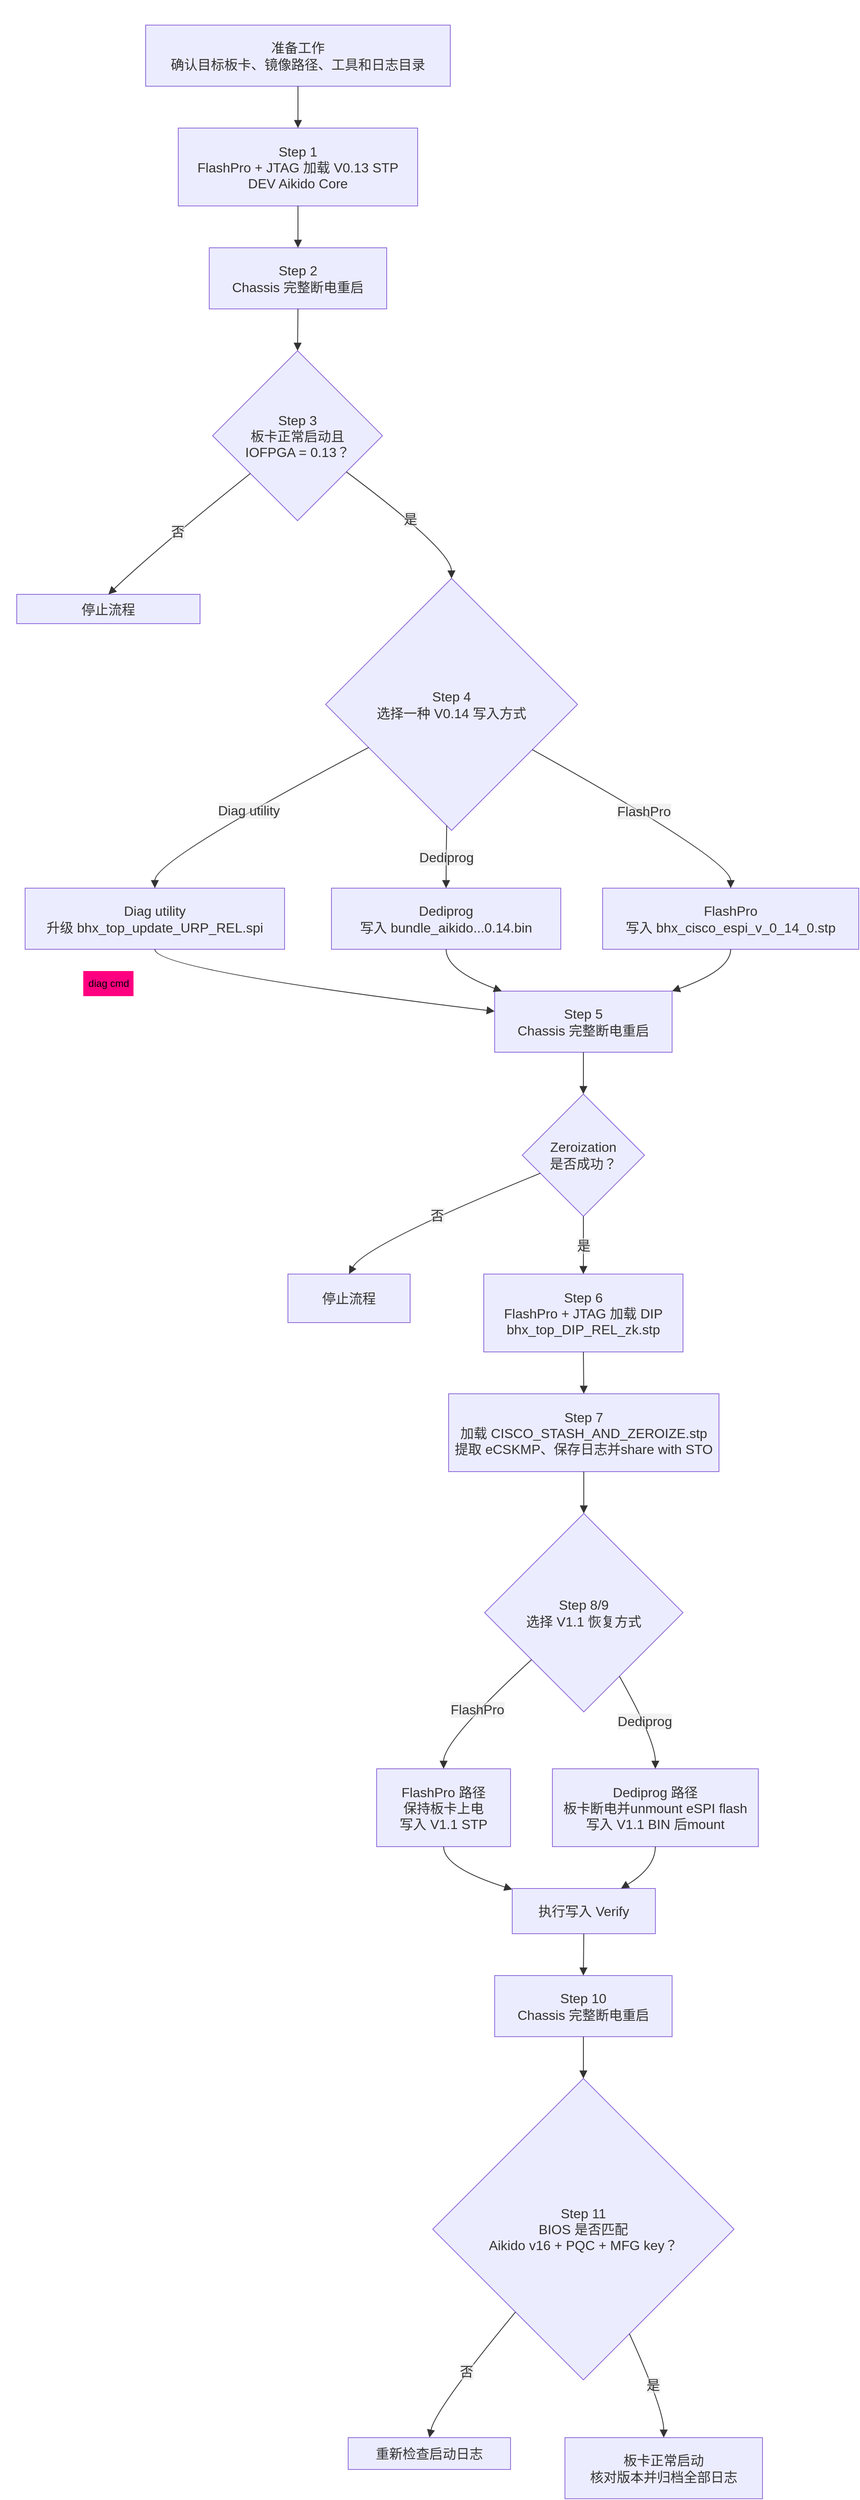
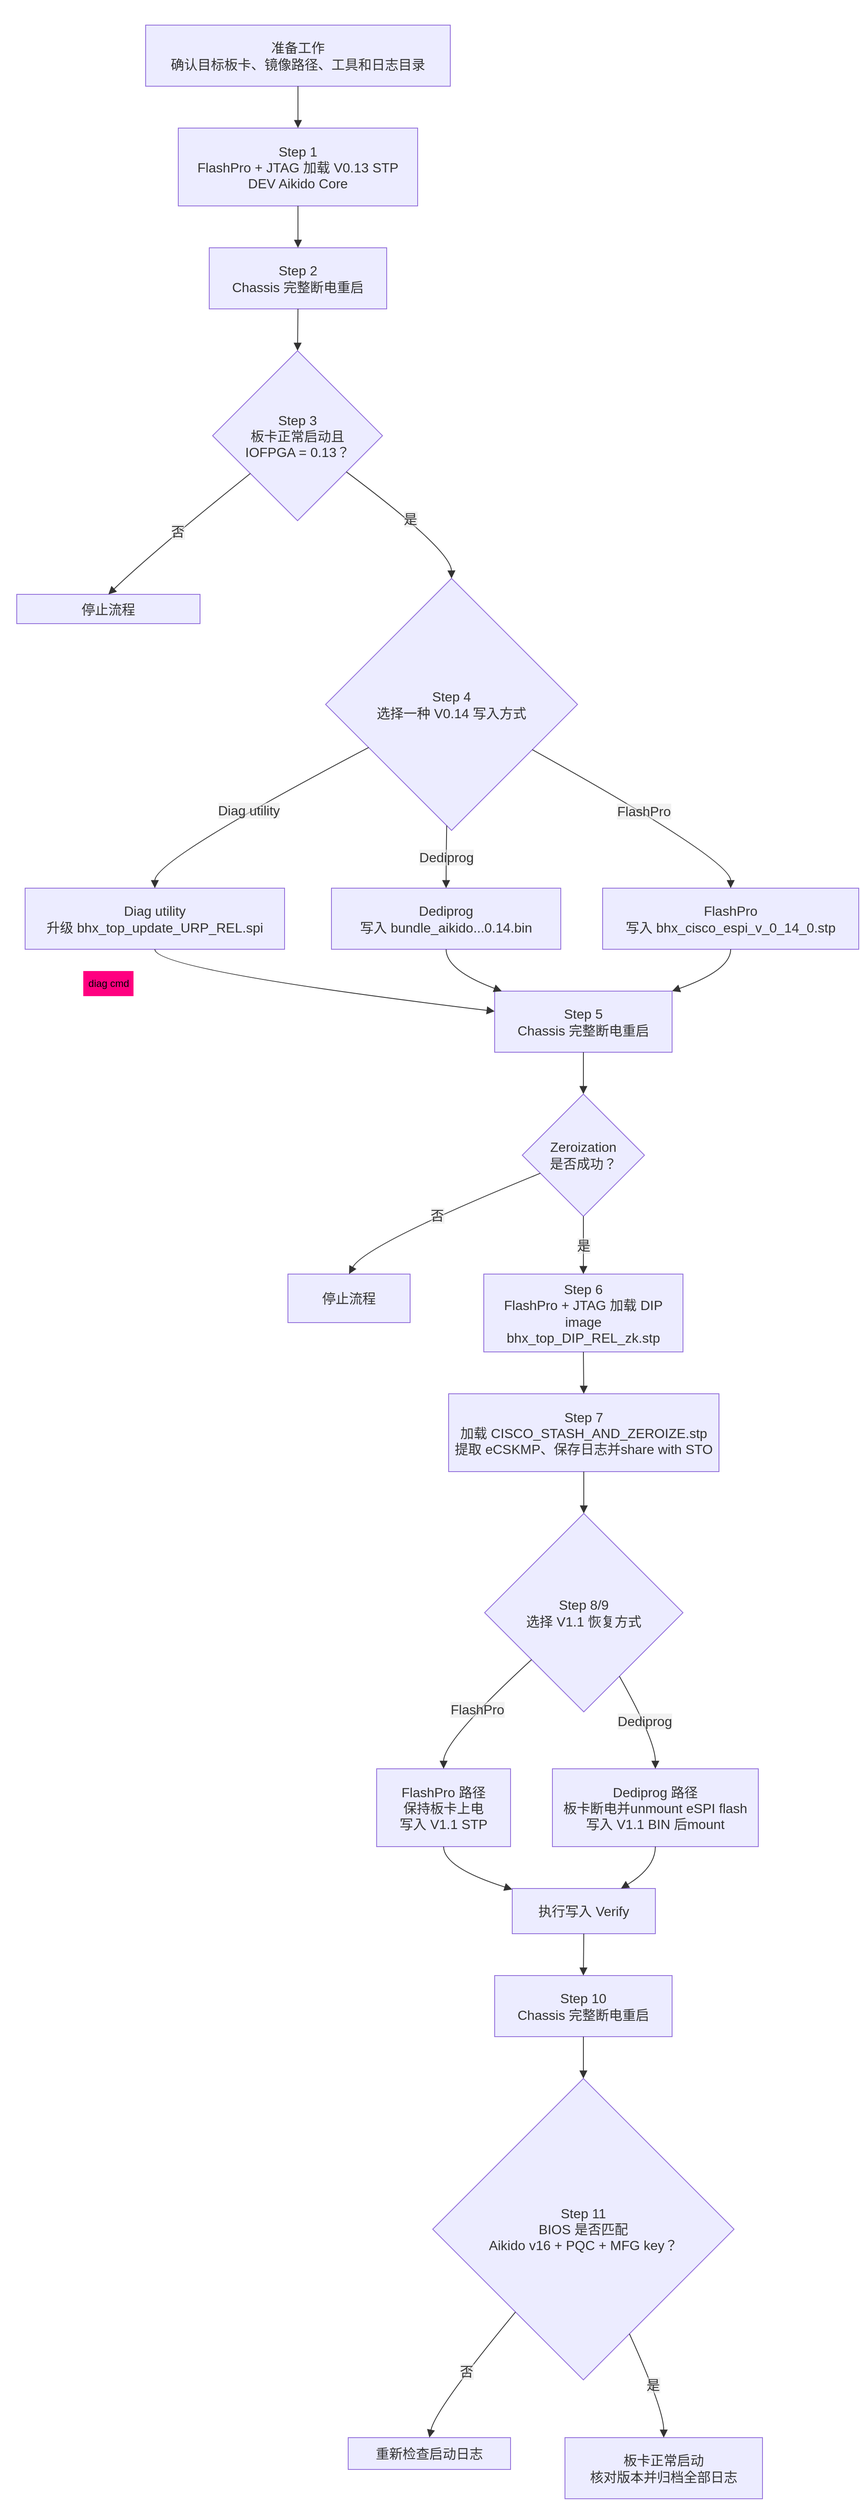
<mxfile>
  <diagram name="第 1 页" id="tmTsu18Bh-iBdeYsC_u4">
    <mxGraphModel dx="1766" dy="763" grid="0" gridSize="10" guides="1" tooltips="1" connect="1" arrows="1" fold="1" page="1" pageScale="1" pageWidth="850" pageHeight="1100" math="0" shadow="0">
      <root>
        <mxCell id="0" />
        <mxCell id="1" parent="0" />
        <UserObject label="" mermaidData="{&#xa;  &quot;data&quot;: &quot;flowchart TD\n    A[\&quot;准备工作&lt;br/&gt;确认目标板卡、镜像路径、工具和日志目录\&quot;]\n    B[\&quot;Step 1&lt;br/&gt;FlashPro + JTAG 加载 V0.13 STP&lt;br/&gt;DEV Aikido Core\&quot;]\n    C[\&quot;Step 2&lt;br/&gt;Chassis 完整断电重启\&quot;]\n    D{\&quot;Step 3&lt;br/&gt;板卡正常启动且&lt;br/&gt;IOFPGA = 0.13？\&quot;}\n    X[\&quot;停止流程&lt;br/&gt;检查 JTAG、镜像、供电和启动日志\&quot;]\n\n    E{\&quot;Step 4&lt;br/&gt;选择一种 V0.14 写入方式\&quot;}\n    E1[\&quot;Diag utility&lt;br/&gt;升级 bhx_top_update_URP_REL.spi\&quot;]\n    E2[\&quot;Dediprog&lt;br/&gt;写入 bundle_aikido...0.14.bin\&quot;]\n    E3[\&quot;FlashPro&lt;br/&gt;写入 bhx_cisco_espi_v_0_14_0.stp\&quot;]\n\n    F[\&quot;Step 5&lt;br/&gt;Chassis 完整断电重启\&quot;]\n    G{\&quot;Zeroization&lt;br/&gt;是否成功？\&quot;}\n    Y[\&quot;停止流程&lt;br/&gt;保存日志并排查&lt;br/&gt;不要继续加载 DIP\&quot;]\n\n    H[\&quot;Step 6&lt;br/&gt;FlashPro + JTAG 加载 DIP&lt;br/&gt;bhx_top_DIP_REL_zk.stp\&quot;]\n    I[\&quot;Step 7&lt;br/&gt;加载 CISCO_STASH_AND_ZEROIZE.stp&lt;br/&gt;提取 eCSKMP、保存日志并交付 STO\&quot;]\n\n    J{\&quot;Step 8/9&lt;br/&gt;选择 V1.1 恢复方式\&quot;}\n    J1[\&quot;FlashPro 路径&lt;br/&gt;保持板卡上电&lt;br/&gt;写入 V1.1 STP\&quot;]\n    J2[\&quot;Dediprog 路径&lt;br/&gt;板卡断电并处理 eSPI flash&lt;br/&gt;写入 V1.1 BIN 后重新安装\&quot;]\n\n    K[\&quot;执行写入 Verify\&quot;]\n    L[\&quot;Step 10&lt;br/&gt;Chassis 完整断电重启\&quot;]\n    M{\&quot;Step 11&lt;br/&gt;BIOS 是否匹配&lt;br/&gt;Aikido v16 + PQC + MFG key？\&quot;}\n    Z[\&quot;更新或更换兼容 BIOS&lt;br/&gt;重新检查启动日志\&quot;]\n    N[\&quot;板卡正常启动&lt;br/&gt;核对版本并归档全部日志\&quot;]\n\n    A --&gt; B --&gt; C --&gt; D\n    D -- \&quot;否\&quot; --&gt; X\n    D -- \&quot;是\&quot; --&gt; E\n\n    E -- \&quot;Diag utility\&quot; --&gt; E1\n    E -- \&quot;Dediprog\&quot; --&gt; E2\n    E -- \&quot;FlashPro\&quot; --&gt; E3\n\n    E1 --&gt; F\n    E2 --&gt; F\n    E3 --&gt; F\n\n    F --&gt; G\n    G -- \&quot;否\&quot; --&gt; Y\n    G -- \&quot;是\&quot; --&gt; H\n    H --&gt; I --&gt; J\n\n    J -- \&quot;FlashPro\&quot; --&gt; J1\n    J -- \&quot;Dediprog\&quot; --&gt; J2\n    J1 --&gt; K\n    J2 --&gt; K\n\n    K --&gt; L --&gt; M\n    M -- \&quot;否\&quot; --&gt; Z\n    M -- \&quot;是\&quot; --&gt; N&quot;,&#xa;  &quot;config&quot;: null&#xa;}" id="AJNh5RUNK792FcJRrvuj-1">
          <mxCell connectable="0" parent="1" style="group;transparentBounds=1;editIcon=1;lockedGroup=0;groupPadding=10;" vertex="1">
            <mxGeometry height="2960" width="620" as="geometry" />
          </mxCell>
        </UserObject>
        <UserObject label="准备工作&#xa;确认目标板卡、镜像路径、工具和日志目录" mermaidId="n:A" mermaidBaseStyle="html=1;whiteSpace=wrap;strokeWidth=1;fillColor=light-dark(#ECECFF,#1f2020);strokeColor=light-dark(#9370DB,#cccccc);fontColor=light-dark(#333333,#cccccc);fontFamily=Trebuchet MS,Verdana,Arial,sans-serif;fontSize=16;" mermaidBaseValue="准备工作&#xa;确认目标板卡、镜像路径、工具和日志目录" id="AJNh5RUNK792FcJRrvuj-2">
          <mxCell parent="AJNh5RUNK792FcJRrvuj-1" style="html=1;whiteSpace=wrap;strokeWidth=1;fillColor=light-dark(#ECECFF,#1f2020);strokeColor=light-dark(#9370DB,#cccccc);fontColor=light-dark(#333333,#cccccc);fontFamily=Trebuchet MS,Verdana,Arial,sans-serif;fontSize=16;" vertex="1">
            <mxGeometry height="73" width="364" x="174" y="30" as="geometry" />
          </mxCell>
        </UserObject>
        <UserObject label="Step 1&#xa;FlashPro + JTAG 加载 V0.13 STP&#xa;DEV Aikido Core" mermaidId="n:B" mermaidBaseStyle="html=1;whiteSpace=wrap;strokeWidth=1;fillColor=light-dark(#ECECFF,#1f2020);strokeColor=light-dark(#9370DB,#cccccc);fontColor=light-dark(#333333,#cccccc);fontFamily=Trebuchet MS,Verdana,Arial,sans-serif;fontSize=16;" mermaidBaseValue="Step 1&#xa;FlashPro + JTAG 加载 V0.13 STP&#xa;DEV Aikido Core" id="AJNh5RUNK792FcJRrvuj-3">
          <mxCell parent="AJNh5RUNK792FcJRrvuj-1" style="html=1;whiteSpace=wrap;strokeWidth=1;fillColor=light-dark(#ECECFF,#1f2020);strokeColor=light-dark(#9370DB,#cccccc);fontColor=light-dark(#333333,#cccccc);fontFamily=Trebuchet MS,Verdana,Arial,sans-serif;fontSize=16;" vertex="1">
            <mxGeometry height="93" width="286" x="213" y="153" as="geometry" />
          </mxCell>
        </UserObject>
        <UserObject label="Step 2&#xa;Chassis 完整断电重启" mermaidId="n:C" mermaidBaseStyle="html=1;whiteSpace=wrap;strokeWidth=1;fillColor=light-dark(#ECECFF,#1f2020);strokeColor=light-dark(#9370DB,#cccccc);fontColor=light-dark(#333333,#cccccc);fontFamily=Trebuchet MS,Verdana,Arial,sans-serif;fontSize=16;" mermaidBaseValue="Step 2&#xa;Chassis 完整断电重启" id="AJNh5RUNK792FcJRrvuj-4">
          <mxCell parent="AJNh5RUNK792FcJRrvuj-1" style="html=1;whiteSpace=wrap;strokeWidth=1;fillColor=light-dark(#ECECFF,#1f2020);strokeColor=light-dark(#9370DB,#cccccc);fontColor=light-dark(#333333,#cccccc);fontFamily=Trebuchet MS,Verdana,Arial,sans-serif;fontSize=16;" vertex="1">
            <mxGeometry height="73" width="212" x="250" y="296" as="geometry" />
          </mxCell>
        </UserObject>
        <UserObject label="Step 3&#xa;板卡正常启动且&#xa;IOFPGA = 0.13？" mermaidId="n:D" mermaidBaseStyle="rhombus;html=1;strokeWidth=1;whiteSpace=wrap;fillColor=light-dark(#ECECFF,#1f2020);strokeColor=light-dark(#9370DB,#cccccc);fontColor=light-dark(#333333,#cccccc);fontFamily=Trebuchet MS,Verdana,Arial,sans-serif;fontSize=16;" mermaidBaseValue="Step 3&#xa;板卡正常启动且&#xa;IOFPGA = 0.13？" id="AJNh5RUNK792FcJRrvuj-5">
          <mxCell parent="AJNh5RUNK792FcJRrvuj-1" style="rhombus;html=1;strokeWidth=1;whiteSpace=wrap;fillColor=light-dark(#ECECFF,#1f2020);strokeColor=light-dark(#9370DB,#cccccc);fontColor=light-dark(#333333,#cccccc);fontFamily=Trebuchet MS,Verdana,Arial,sans-serif;fontSize=16;" vertex="1">
            <mxGeometry height="203" width="203" x="254" y="419" as="geometry" />
          </mxCell>
        </UserObject>
        <UserObject label="停止流程" mermaidId="n:X" mermaidBaseStyle="html=1;whiteSpace=wrap;strokeWidth=1;fillColor=light-dark(#ECECFF,#1f2020);strokeColor=light-dark(#9370DB,#cccccc);fontColor=light-dark(#333333,#cccccc);fontFamily=Trebuchet MS,Verdana,Arial,sans-serif;fontSize=16;" mermaidBaseValue="停止流程&#xa;检查 JTAG、镜像、供电和启动日志" id="AJNh5RUNK792FcJRrvuj-6">
          <mxCell parent="AJNh5RUNK792FcJRrvuj-1" style="html=1;whiteSpace=wrap;strokeWidth=1;fillColor=light-dark(#ECECFF,#1f2020);strokeColor=light-dark(#9370DB,#cccccc);fontColor=light-dark(#333333,#cccccc);fontFamily=Trebuchet MS,Verdana,Arial,sans-serif;fontSize=16;" vertex="1">
            <mxGeometry height="35" width="219" x="20" y="710" as="geometry" />
          </mxCell>
        </UserObject>
        <UserObject label="Step 4&#xa;选择一种 V0.14 写入方式" mermaidId="n:E" mermaidBaseStyle="rhombus;html=1;strokeWidth=1;whiteSpace=wrap;fillColor=light-dark(#ECECFF,#1f2020);strokeColor=light-dark(#9370DB,#cccccc);fontColor=light-dark(#333333,#cccccc);fontFamily=Trebuchet MS,Verdana,Arial,sans-serif;fontSize=16;" mermaidBaseValue="Step 4&#xa;选择一种 V0.14 写入方式" id="AJNh5RUNK792FcJRrvuj-7">
          <mxCell parent="AJNh5RUNK792FcJRrvuj-1" style="rhombus;html=1;strokeWidth=1;whiteSpace=wrap;fillColor=light-dark(#ECECFF,#1f2020);strokeColor=light-dark(#9370DB,#cccccc);fontColor=light-dark(#333333,#cccccc);fontFamily=Trebuchet MS,Verdana,Arial,sans-serif;fontSize=16;" vertex="1">
            <mxGeometry height="301" width="301" x="389" y="691" as="geometry" />
          </mxCell>
        </UserObject>
        <UserObject label="Diag utility&#xa;升级 bhx_top_update_URP_REL.spi" mermaidId="n:E1" mermaidBaseStyle="html=1;whiteSpace=wrap;strokeWidth=1;fillColor=light-dark(#ECECFF,#1f2020);strokeColor=light-dark(#9370DB,#cccccc);fontColor=light-dark(#333333,#cccccc);fontFamily=Trebuchet MS,Verdana,Arial,sans-serif;fontSize=16;" mermaidBaseValue="Diag utility&#xa;升级 bhx_top_update_URP_REL.spi" id="AJNh5RUNK792FcJRrvuj-8">
          <mxCell parent="AJNh5RUNK792FcJRrvuj-1" style="html=1;whiteSpace=wrap;strokeWidth=1;fillColor=light-dark(#ECECFF,#1f2020);strokeColor=light-dark(#9370DB,#cccccc);fontColor=light-dark(#333333,#cccccc);fontFamily=Trebuchet MS,Verdana,Arial,sans-serif;fontSize=16;" vertex="1">
            <mxGeometry height="73" width="310" x="30" y="1061" as="geometry" />
          </mxCell>
        </UserObject>
        <UserObject label="Dediprog&#xa;写入 bundle_aikido...0.14.bin" mermaidId="n:E2" mermaidBaseStyle="html=1;whiteSpace=wrap;strokeWidth=1;fillColor=light-dark(#ECECFF,#1f2020);strokeColor=light-dark(#9370DB,#cccccc);fontColor=light-dark(#333333,#cccccc);fontFamily=Trebuchet MS,Verdana,Arial,sans-serif;fontSize=16;" mermaidBaseValue="Dediprog&#xa;写入 bundle_aikido...0.14.bin" id="AJNh5RUNK792FcJRrvuj-9">
          <mxCell parent="AJNh5RUNK792FcJRrvuj-1" style="html=1;whiteSpace=wrap;strokeWidth=1;fillColor=light-dark(#ECECFF,#1f2020);strokeColor=light-dark(#9370DB,#cccccc);fontColor=light-dark(#333333,#cccccc);fontFamily=Trebuchet MS,Verdana,Arial,sans-serif;fontSize=16;" vertex="1">
            <mxGeometry height="73" width="274" x="396" y="1061" as="geometry" />
          </mxCell>
        </UserObject>
        <UserObject label="FlashPro&#xa;写入 bhx_cisco_espi_v_0_14_0.stp" mermaidId="n:E3" mermaidBaseStyle="html=1;whiteSpace=wrap;strokeWidth=1;fillColor=light-dark(#ECECFF,#1f2020);strokeColor=light-dark(#9370DB,#cccccc);fontColor=light-dark(#333333,#cccccc);fontFamily=Trebuchet MS,Verdana,Arial,sans-serif;fontSize=16;" mermaidBaseValue="FlashPro&#xa;写入 bhx_cisco_espi_v_0_14_0.stp" id="AJNh5RUNK792FcJRrvuj-10">
          <mxCell parent="AJNh5RUNK792FcJRrvuj-1" style="html=1;whiteSpace=wrap;strokeWidth=1;fillColor=light-dark(#ECECFF,#1f2020);strokeColor=light-dark(#9370DB,#cccccc);fontColor=light-dark(#333333,#cccccc);fontFamily=Trebuchet MS,Verdana,Arial,sans-serif;fontSize=16;" vertex="1">
            <mxGeometry height="73" width="306" x="720" y="1061" as="geometry" />
          </mxCell>
        </UserObject>
        <UserObject label="Step 5&#xa;Chassis 完整断电重启" mermaidId="n:F" mermaidBaseStyle="html=1;whiteSpace=wrap;strokeWidth=1;fillColor=light-dark(#ECECFF,#1f2020);strokeColor=light-dark(#9370DB,#cccccc);fontColor=light-dark(#333333,#cccccc);fontFamily=Trebuchet MS,Verdana,Arial,sans-serif;fontSize=16;" mermaidBaseValue="Step 5&#xa;Chassis 完整断电重启" id="AJNh5RUNK792FcJRrvuj-11">
          <mxCell parent="AJNh5RUNK792FcJRrvuj-1" style="html=1;whiteSpace=wrap;strokeWidth=1;fillColor=light-dark(#ECECFF,#1f2020);strokeColor=light-dark(#9370DB,#cccccc);fontColor=light-dark(#333333,#cccccc);fontFamily=Trebuchet MS,Verdana,Arial,sans-serif;fontSize=16;" vertex="1">
            <mxGeometry height="73" width="212" x="591" y="1184" as="geometry" />
          </mxCell>
        </UserObject>
        <UserObject label="Zeroization&#xa;是否成功？" mermaidId="n:G" mermaidBaseStyle="rhombus;html=1;strokeWidth=1;whiteSpace=wrap;fillColor=light-dark(#ECECFF,#1f2020);strokeColor=light-dark(#9370DB,#cccccc);fontColor=light-dark(#333333,#cccccc);fontFamily=Trebuchet MS,Verdana,Arial,sans-serif;fontSize=16;" mermaidBaseValue="Zeroization&#xa;是否成功？" id="AJNh5RUNK792FcJRrvuj-12">
          <mxCell parent="AJNh5RUNK792FcJRrvuj-1" style="rhombus;html=1;strokeWidth=1;whiteSpace=wrap;fillColor=light-dark(#ECECFF,#1f2020);strokeColor=light-dark(#9370DB,#cccccc);fontColor=light-dark(#333333,#cccccc);fontFamily=Trebuchet MS,Verdana,Arial,sans-serif;fontSize=16;" vertex="1">
            <mxGeometry height="146" width="146" x="624" y="1307" as="geometry" />
          </mxCell>
        </UserObject>
        <UserObject label="停止流程" mermaidId="n:Y" mermaidBaseStyle="html=1;whiteSpace=wrap;strokeWidth=1;fillColor=light-dark(#ECECFF,#1f2020);strokeColor=light-dark(#9370DB,#cccccc);fontColor=light-dark(#333333,#cccccc);fontFamily=Trebuchet MS,Verdana,Arial,sans-serif;fontSize=16;" mermaidBaseValue="停止流程&#xa;保存日志并排查&#xa;不要继续加载 DIP" id="AJNh5RUNK792FcJRrvuj-13">
          <mxCell parent="AJNh5RUNK792FcJRrvuj-1" style="html=1;whiteSpace=wrap;strokeWidth=1;fillColor=light-dark(#ECECFF,#1f2020);strokeColor=light-dark(#9370DB,#cccccc);fontColor=light-dark(#333333,#cccccc);fontFamily=Trebuchet MS,Verdana,Arial,sans-serif;fontSize=16;" vertex="1">
            <mxGeometry height="58" width="146" x="344" y="1522" as="geometry" />
          </mxCell>
        </UserObject>
-         <UserObject label="Step 6&#xa;FlashPro + JTAG 加载 DIP&#xa;bhx_top_DIP_REL_zk.stp" mermaidId="n:H" mermaidBaseStyle="html=1;whiteSpace=wrap;strokeWidth=1;fillColor=light-dark(#ECECFF,#1f2020);strokeColor=light-dark(#9370DB,#cccccc);fontColor=light-dark(#333333,#cccccc);fontFamily=Trebuchet MS,Verdana,Arial,sans-serif;fontSize=16;" mermaidBaseValue="Step 6&#xa;FlashPro + JTAG 加载 DIP&#xa;bhx_top_DIP_REL_zk.stp" id="AJNh5RUNK792FcJRrvuj-14">
+         <UserObject label="Step 6&lt;br&gt;FlashPro + JTAG 加载 DIP image&lt;br&gt;bhx_top_DIP_REL_zk.stp" mermaidId="n:H" mermaidBaseStyle="html=1;whiteSpace=wrap;strokeWidth=1;fillColor=light-dark(#ECECFF,#1f2020);strokeColor=light-dark(#9370DB,#cccccc);fontColor=light-dark(#333333,#cccccc);fontFamily=Trebuchet MS,Verdana,Arial,sans-serif;fontSize=16;" mermaidBaseValue="Step 6&#xa;FlashPro + JTAG 加载 DIP&#xa;bhx_top_DIP_REL_zk.stp" id="AJNh5RUNK792FcJRrvuj-14">
          <mxCell parent="AJNh5RUNK792FcJRrvuj-1" style="html=1;whiteSpace=wrap;strokeWidth=1;fillColor=light-dark(#ECECFF,#1f2020);strokeColor=light-dark(#9370DB,#cccccc);fontColor=light-dark(#333333,#cccccc);fontFamily=Trebuchet MS,Verdana,Arial,sans-serif;fontSize=16;" vertex="1">
            <mxGeometry height="93" width="238" x="578" y="1522" as="geometry" />
          </mxCell>
        </UserObject>
        <UserObject label="Step 7&lt;br&gt;加载 CISCO_STASH_AND_ZEROIZE.stp&lt;br&gt;提取 eCSKMP、保存日志并share with STO" mermaidId="n:I" mermaidBaseStyle="html=1;whiteSpace=wrap;strokeWidth=1;fillColor=light-dark(#ECECFF,#1f2020);strokeColor=light-dark(#9370DB,#cccccc);fontColor=light-dark(#333333,#cccccc);fontFamily=Trebuchet MS,Verdana,Arial,sans-serif;fontSize=16;" mermaidBaseValue="Step 7&#xa;加载 CISCO_STASH_AND_ZEROIZE.stp&#xa;提取 eCSKMP、保存日志并交付 STO" id="AJNh5RUNK792FcJRrvuj-15">
          <mxCell parent="AJNh5RUNK792FcJRrvuj-1" style="html=1;whiteSpace=wrap;strokeWidth=1;fillColor=light-dark(#ECECFF,#1f2020);strokeColor=light-dark(#9370DB,#cccccc);fontColor=light-dark(#333333,#cccccc);fontFamily=Trebuchet MS,Verdana,Arial,sans-serif;fontSize=16;" vertex="1">
            <mxGeometry height="93" width="323" x="536" y="1665" as="geometry" />
          </mxCell>
        </UserObject>
        <UserObject label="Step 8/9&#xa;选择 V1.1 恢复方式" mermaidId="n:J" mermaidBaseStyle="rhombus;html=1;strokeWidth=1;whiteSpace=wrap;fillColor=light-dark(#ECECFF,#1f2020);strokeColor=light-dark(#9370DB,#cccccc);fontColor=light-dark(#333333,#cccccc);fontFamily=Trebuchet MS,Verdana,Arial,sans-serif;fontSize=16;" mermaidBaseValue="Step 8/9&#xa;选择 V1.1 恢复方式" id="AJNh5RUNK792FcJRrvuj-16">
          <mxCell parent="AJNh5RUNK792FcJRrvuj-1" style="rhombus;html=1;strokeWidth=1;whiteSpace=wrap;fillColor=light-dark(#ECECFF,#1f2020);strokeColor=light-dark(#9370DB,#cccccc);fontColor=light-dark(#333333,#cccccc);fontFamily=Trebuchet MS,Verdana,Arial,sans-serif;fontSize=16;" vertex="1">
            <mxGeometry height="237" width="237" x="579" y="1808" as="geometry" />
          </mxCell>
        </UserObject>
        <UserObject label="FlashPro 路径&#xa;保持板卡上电&#xa;写入 V1.1 STP" mermaidId="n:J1" mermaidBaseStyle="html=1;whiteSpace=wrap;strokeWidth=1;fillColor=light-dark(#ECECFF,#1f2020);strokeColor=light-dark(#9370DB,#cccccc);fontColor=light-dark(#333333,#cccccc);fontFamily=Trebuchet MS,Verdana,Arial,sans-serif;fontSize=16;" mermaidBaseValue="FlashPro 路径&#xa;保持板卡上电&#xa;写入 V1.1 STP" id="AJNh5RUNK792FcJRrvuj-17">
          <mxCell parent="AJNh5RUNK792FcJRrvuj-1" style="html=1;whiteSpace=wrap;strokeWidth=1;fillColor=light-dark(#ECECFF,#1f2020);strokeColor=light-dark(#9370DB,#cccccc);fontColor=light-dark(#333333,#cccccc);fontFamily=Trebuchet MS,Verdana,Arial,sans-serif;fontSize=16;" vertex="1">
            <mxGeometry height="93" width="160" x="450" y="2113" as="geometry" />
          </mxCell>
        </UserObject>
        <UserObject label="Dediprog 路径&lt;br&gt;板卡断电并unmount eSPI flash&lt;br&gt;写入 V1.1 BIN 后mount" mermaidId="n:J2" mermaidBaseStyle="html=1;whiteSpace=wrap;strokeWidth=1;fillColor=light-dark(#ECECFF,#1f2020);strokeColor=light-dark(#9370DB,#cccccc);fontColor=light-dark(#333333,#cccccc);fontFamily=Trebuchet MS,Verdana,Arial,sans-serif;fontSize=16;" mermaidBaseValue="Dediprog 路径&#xa;板卡断电并处理 eSPI flash&#xa;写入 V1.1 BIN 后重新安装" id="AJNh5RUNK792FcJRrvuj-18">
          <mxCell parent="AJNh5RUNK792FcJRrvuj-1" style="html=1;whiteSpace=wrap;strokeWidth=1;fillColor=light-dark(#ECECFF,#1f2020);strokeColor=light-dark(#9370DB,#cccccc);fontColor=light-dark(#333333,#cccccc);fontFamily=Trebuchet MS,Verdana,Arial,sans-serif;fontSize=16;" vertex="1">
            <mxGeometry height="93" width="246" x="660" y="2113" as="geometry" />
          </mxCell>
        </UserObject>
        <UserObject label="执行写入 Verify" mermaidId="n:K" mermaidBaseStyle="html=1;whiteSpace=wrap;strokeWidth=1;fillColor=light-dark(#ECECFF,#1f2020);strokeColor=light-dark(#9370DB,#cccccc);fontColor=light-dark(#333333,#cccccc);fontFamily=Trebuchet MS,Verdana,Arial,sans-serif;fontSize=16;" mermaidBaseValue="执行写入 Verify" id="AJNh5RUNK792FcJRrvuj-19">
          <mxCell parent="AJNh5RUNK792FcJRrvuj-1" style="html=1;whiteSpace=wrap;strokeWidth=1;fillColor=light-dark(#ECECFF,#1f2020);strokeColor=light-dark(#9370DB,#cccccc);fontColor=light-dark(#333333,#cccccc);fontFamily=Trebuchet MS,Verdana,Arial,sans-serif;fontSize=16;" vertex="1">
            <mxGeometry height="54" width="171" x="612" y="2256" as="geometry" />
          </mxCell>
        </UserObject>
        <UserObject label="Step 10&#xa;Chassis 完整断电重启" mermaidId="n:L" mermaidBaseStyle="html=1;whiteSpace=wrap;strokeWidth=1;fillColor=light-dark(#ECECFF,#1f2020);strokeColor=light-dark(#9370DB,#cccccc);fontColor=light-dark(#333333,#cccccc);fontFamily=Trebuchet MS,Verdana,Arial,sans-serif;fontSize=16;" mermaidBaseValue="Step 10&#xa;Chassis 完整断电重启" id="AJNh5RUNK792FcJRrvuj-20">
          <mxCell parent="AJNh5RUNK792FcJRrvuj-1" style="html=1;whiteSpace=wrap;strokeWidth=1;fillColor=light-dark(#ECECFF,#1f2020);strokeColor=light-dark(#9370DB,#cccccc);fontColor=light-dark(#333333,#cccccc);fontFamily=Trebuchet MS,Verdana,Arial,sans-serif;fontSize=16;" vertex="1">
            <mxGeometry height="73" width="212" x="591" y="2360" as="geometry" />
          </mxCell>
        </UserObject>
        <UserObject label="Step 11&#xa;BIOS 是否匹配&#xa;Aikido v16 + PQC + MFG key？" mermaidId="n:M" mermaidBaseStyle="rhombus;html=1;strokeWidth=1;whiteSpace=wrap;fillColor=light-dark(#ECECFF,#1f2020);strokeColor=light-dark(#9370DB,#cccccc);fontColor=light-dark(#333333,#cccccc);fontFamily=Trebuchet MS,Verdana,Arial,sans-serif;fontSize=16;" mermaidBaseValue="Step 11&#xa;BIOS 是否匹配&#xa;Aikido v16 + PQC + MFG key？" id="AJNh5RUNK792FcJRrvuj-21">
          <mxCell parent="AJNh5RUNK792FcJRrvuj-1" style="rhombus;html=1;strokeWidth=1;whiteSpace=wrap;fillColor=light-dark(#ECECFF,#1f2020);strokeColor=light-dark(#9370DB,#cccccc);fontColor=light-dark(#333333,#cccccc);fontFamily=Trebuchet MS,Verdana,Arial,sans-serif;fontSize=16;" vertex="1">
            <mxGeometry height="360" width="360" x="517" y="2483" as="geometry" />
          </mxCell>
        </UserObject>
        <UserObject label="重新检查启动日志" mermaidId="n:Z" mermaidBaseStyle="html=1;whiteSpace=wrap;strokeWidth=1;fillColor=light-dark(#ECECFF,#1f2020);strokeColor=light-dark(#9370DB,#cccccc);fontColor=light-dark(#333333,#cccccc);fontFamily=Trebuchet MS,Verdana,Arial,sans-serif;fontSize=16;" mermaidBaseValue="更新或更换兼容 BIOS&#xa;重新检查启动日志" id="AJNh5RUNK792FcJRrvuj-22">
          <mxCell parent="AJNh5RUNK792FcJRrvuj-1" style="html=1;whiteSpace=wrap;strokeWidth=1;fillColor=light-dark(#ECECFF,#1f2020);strokeColor=light-dark(#9370DB,#cccccc);fontColor=light-dark(#333333,#cccccc);fontFamily=Trebuchet MS,Verdana,Arial,sans-serif;fontSize=16;" vertex="1">
            <mxGeometry height="38" width="194" x="416" y="2912" as="geometry" />
          </mxCell>
        </UserObject>
        <UserObject label="板卡正常启动&#xa;核对版本并归档全部日志" mermaidId="n:N" mermaidBaseStyle="html=1;whiteSpace=wrap;strokeWidth=1;fillColor=light-dark(#ECECFF,#1f2020);strokeColor=light-dark(#9370DB,#cccccc);fontColor=light-dark(#333333,#cccccc);fontFamily=Trebuchet MS,Verdana,Arial,sans-serif;fontSize=16;" mermaidBaseValue="板卡正常启动&#xa;核对版本并归档全部日志" id="AJNh5RUNK792FcJRrvuj-23">
          <mxCell parent="AJNh5RUNK792FcJRrvuj-1" style="html=1;whiteSpace=wrap;strokeWidth=1;fillColor=light-dark(#ECECFF,#1f2020);strokeColor=light-dark(#9370DB,#cccccc);fontColor=light-dark(#333333,#cccccc);fontFamily=Trebuchet MS,Verdana,Arial,sans-serif;fontSize=16;" vertex="1">
            <mxGeometry height="73" width="236" x="675" y="2912" as="geometry" />
          </mxCell>
        </UserObject>
        <UserObject label="" mermaidId="e:A-&gt;B#0" mermaidBaseStyle="curved=1;startArrow=none;endArrow=block;endSize=7;strokeColor=light-dark(#333333,#cccccc);exitX=0.5;exitY=1;entryX=0.5;entryY=0;" mermaidBaseValue="" id="AJNh5RUNK792FcJRrvuj-24">
          <mxCell edge="1" parent="AJNh5RUNK792FcJRrvuj-1" source="AJNh5RUNK792FcJRrvuj-2" style="curved=1;startArrow=none;endArrow=block;endSize=7;strokeColor=light-dark(#333333,#cccccc);exitX=0.5;exitY=1;entryX=0.5;entryY=0;rounded=0;" target="AJNh5RUNK792FcJRrvuj-3">
            <mxGeometry relative="1" as="geometry">
              <Array as="points" />
            </mxGeometry>
          </mxCell>
        </UserObject>
        <UserObject label="" mermaidId="e:B-&gt;C#0" mermaidBaseStyle="curved=1;startArrow=none;endArrow=block;endSize=7;strokeColor=light-dark(#333333,#cccccc);exitX=0.5;exitY=1;entryX=0.5;entryY=0;" mermaidBaseValue="" id="AJNh5RUNK792FcJRrvuj-25">
          <mxCell edge="1" parent="AJNh5RUNK792FcJRrvuj-1" source="AJNh5RUNK792FcJRrvuj-3" style="curved=1;startArrow=none;endArrow=block;endSize=7;strokeColor=light-dark(#333333,#cccccc);exitX=0.5;exitY=1;entryX=0.5;entryY=0;rounded=0;" target="AJNh5RUNK792FcJRrvuj-4">
            <mxGeometry relative="1" as="geometry">
              <Array as="points" />
            </mxGeometry>
          </mxCell>
        </UserObject>
        <UserObject label="" mermaidId="e:C-&gt;D#0" mermaidBaseStyle="curved=1;startArrow=none;endArrow=block;endSize=7;strokeColor=light-dark(#333333,#cccccc);exitX=0.5;exitY=1;entryX=0.5;entryY=0;" mermaidBaseValue="" id="AJNh5RUNK792FcJRrvuj-26">
          <mxCell edge="1" parent="AJNh5RUNK792FcJRrvuj-1" source="AJNh5RUNK792FcJRrvuj-4" style="curved=1;startArrow=none;endArrow=block;endSize=7;strokeColor=light-dark(#333333,#cccccc);exitX=0.5;exitY=1;entryX=0.5;entryY=0;rounded=0;" target="AJNh5RUNK792FcJRrvuj-5">
            <mxGeometry relative="1" as="geometry">
              <Array as="points" />
            </mxGeometry>
          </mxCell>
        </UserObject>
        <UserObject label="否" mermaidId="e:D-&gt;X#0" mermaidBaseStyle="curved=1;startArrow=none;endArrow=block;endSize=7;strokeColor=light-dark(#333333,#cccccc);html=1;fontSize=16;labelBackgroundColor=light-dark(#E8E8E88D,#2a2a2a8D);fontFamily=Trebuchet MS,Verdana,Arial,sans-serif;fontColor=light-dark(#333333,#cccccc);exitX=0;exitY=0.9;entryX=0.5;entryY=0;" mermaidBaseValue="否" id="AJNh5RUNK792FcJRrvuj-27">
          <mxCell edge="1" parent="AJNh5RUNK792FcJRrvuj-1" source="AJNh5RUNK792FcJRrvuj-5" style="curved=1;startArrow=none;endArrow=block;endSize=7;strokeColor=light-dark(#333333,#cccccc);html=1;fontSize=16;labelBackgroundColor=light-dark(#E8E8E88D,#2a2a2a8D);fontFamily=Trebuchet MS,Verdana,Arial,sans-serif;fontColor=light-dark(#333333,#cccccc);exitX=0;exitY=0.9;entryX=0.5;entryY=0;rounded=0;" target="AJNh5RUNK792FcJRrvuj-6">
            <mxGeometry relative="1" as="geometry">
              <Array as="points">
                <mxPoint x="185" y="657" />
              </Array>
            </mxGeometry>
          </mxCell>
        </UserObject>
        <UserObject label="是" mermaidId="e:D-&gt;E#0" mermaidBaseStyle="curved=1;startArrow=none;endArrow=block;endSize=7;strokeColor=light-dark(#333333,#cccccc);html=1;fontSize=16;labelBackgroundColor=light-dark(#E8E8E88D,#2a2a2a8D);fontFamily=Trebuchet MS,Verdana,Arial,sans-serif;fontColor=light-dark(#333333,#cccccc);exitX=1;exitY=0.87;entryX=0.5;entryY=0;" mermaidBaseValue="是" id="AJNh5RUNK792FcJRrvuj-28">
          <mxCell edge="1" parent="AJNh5RUNK792FcJRrvuj-1" source="AJNh5RUNK792FcJRrvuj-5" style="curved=1;startArrow=none;endArrow=block;endSize=7;strokeColor=light-dark(#333333,#cccccc);html=1;fontSize=16;labelBackgroundColor=light-dark(#E8E8E88D,#2a2a2a8D);fontFamily=Trebuchet MS,Verdana,Arial,sans-serif;fontColor=light-dark(#333333,#cccccc);exitX=1;exitY=0.87;entryX=0.5;entryY=0;rounded=0;" target="AJNh5RUNK792FcJRrvuj-7">
            <mxGeometry relative="1" as="geometry">
              <Array as="points">
                <mxPoint x="539" y="657" />
              </Array>
            </mxGeometry>
          </mxCell>
        </UserObject>
        <UserObject label="Diag utility" mermaidId="e:E-&gt;E1#0" mermaidBaseStyle="curved=1;startArrow=none;endArrow=block;endSize=7;strokeColor=light-dark(#333333,#cccccc);html=1;fontSize=16;labelBackgroundColor=light-dark(#E8E8E88D,#2a2a2a8D);fontFamily=Trebuchet MS,Verdana,Arial,sans-serif;fontColor=light-dark(#333333,#cccccc);exitX=0;exitY=0.76;entryX=0.5;entryY=0;" mermaidBaseValue="Diag utility" id="AJNh5RUNK792FcJRrvuj-29">
          <mxCell edge="1" parent="AJNh5RUNK792FcJRrvuj-1" source="AJNh5RUNK792FcJRrvuj-7" style="curved=1;startArrow=none;endArrow=block;endSize=7;strokeColor=light-dark(#333333,#cccccc);html=1;fontSize=16;labelBackgroundColor=light-dark(#E8E8E88D,#2a2a2a8D);fontFamily=Trebuchet MS,Verdana,Arial,sans-serif;fontColor=light-dark(#333333,#cccccc);exitX=0;exitY=0.76;entryX=0.5;entryY=0;rounded=0;" target="AJNh5RUNK792FcJRrvuj-8">
            <mxGeometry relative="1" as="geometry">
              <Array as="points">
                <mxPoint x="185" y="1027" />
              </Array>
            </mxGeometry>
          </mxCell>
        </UserObject>
        <UserObject label="Dediprog" mermaidId="e:E-&gt;E2#0" mermaidBaseStyle="curved=1;startArrow=none;endArrow=block;endSize=7;strokeColor=light-dark(#333333,#cccccc);html=1;fontSize=16;labelBackgroundColor=light-dark(#E8E8E88D,#2a2a2a8D);fontFamily=Trebuchet MS,Verdana,Arial,sans-serif;fontColor=light-dark(#333333,#cccccc);exitX=0.48;exitY=1;entryX=0.5;entryY=0;" mermaidBaseValue="Dediprog" id="AJNh5RUNK792FcJRrvuj-30">
          <mxCell edge="1" parent="AJNh5RUNK792FcJRrvuj-1" source="AJNh5RUNK792FcJRrvuj-7" style="curved=1;startArrow=none;endArrow=block;endSize=7;strokeColor=light-dark(#333333,#cccccc);html=1;fontSize=16;labelBackgroundColor=light-dark(#E8E8E88D,#2a2a2a8D);fontFamily=Trebuchet MS,Verdana,Arial,sans-serif;fontColor=light-dark(#333333,#cccccc);exitX=0.48;exitY=1;entryX=0.5;entryY=0;rounded=0;" target="AJNh5RUNK792FcJRrvuj-9">
            <mxGeometry relative="1" as="geometry">
              <Array as="points">
                <mxPoint x="533" y="1027" />
              </Array>
            </mxGeometry>
          </mxCell>
        </UserObject>
        <UserObject label="FlashPro" mermaidId="e:E-&gt;E3#0" mermaidBaseStyle="curved=1;startArrow=none;endArrow=block;endSize=7;strokeColor=light-dark(#333333,#cccccc);html=1;fontSize=16;labelBackgroundColor=light-dark(#E8E8E88D,#2a2a2a8D);fontFamily=Trebuchet MS,Verdana,Arial,sans-serif;fontColor=light-dark(#333333,#cccccc);exitX=1;exitY=0.78;entryX=0.5;entryY=0;" mermaidBaseValue="FlashPro" id="AJNh5RUNK792FcJRrvuj-31">
          <mxCell edge="1" parent="AJNh5RUNK792FcJRrvuj-1" source="AJNh5RUNK792FcJRrvuj-7" style="curved=1;startArrow=none;endArrow=block;endSize=7;strokeColor=light-dark(#333333,#cccccc);html=1;fontSize=16;labelBackgroundColor=light-dark(#E8E8E88D,#2a2a2a8D);fontFamily=Trebuchet MS,Verdana,Arial,sans-serif;fontColor=light-dark(#333333,#cccccc);exitX=1;exitY=0.78;entryX=0.5;entryY=0;rounded=0;" target="AJNh5RUNK792FcJRrvuj-10">
            <mxGeometry relative="1" as="geometry">
              <Array as="points">
                <mxPoint x="873" y="1027" />
              </Array>
            </mxGeometry>
          </mxCell>
        </UserObject>
        <UserObject label="" mermaidId="e:E1-&gt;F#0" mermaidBaseStyle="curved=1;startArrow=none;endArrow=block;endSize=7;strokeColor=light-dark(#333333,#cccccc);exitX=0.5;exitY=1;entryX=0;entryY=0.33;" mermaidBaseValue="" id="AJNh5RUNK792FcJRrvuj-32">
          <mxCell edge="1" parent="AJNh5RUNK792FcJRrvuj-1" source="AJNh5RUNK792FcJRrvuj-8" style="curved=1;startArrow=none;endArrow=block;endSize=7;strokeColor=light-dark(#333333,#cccccc);exitX=0.5;exitY=1;entryX=0;entryY=0.33;rounded=0;" target="AJNh5RUNK792FcJRrvuj-11">
            <mxGeometry relative="1" as="geometry">
              <Array as="points">
                <mxPoint x="185" y="1159" />
              </Array>
            </mxGeometry>
          </mxCell>
        </UserObject>
        <UserObject label="" mermaidId="e:E2-&gt;F#0" mermaidBaseStyle="curved=1;startArrow=none;endArrow=block;endSize=7;strokeColor=light-dark(#333333,#cccccc);exitX=0.5;exitY=1;entryX=0.04;entryY=0;" mermaidBaseValue="" id="AJNh5RUNK792FcJRrvuj-33">
          <mxCell edge="1" parent="AJNh5RUNK792FcJRrvuj-1" source="AJNh5RUNK792FcJRrvuj-9" style="curved=1;startArrow=none;endArrow=block;endSize=7;strokeColor=light-dark(#333333,#cccccc);exitX=0.5;exitY=1;entryX=0.04;entryY=0;rounded=0;" target="AJNh5RUNK792FcJRrvuj-11">
            <mxGeometry relative="1" as="geometry">
              <Array as="points">
                <mxPoint x="533" y="1159" />
              </Array>
            </mxGeometry>
          </mxCell>
        </UserObject>
        <UserObject label="" mermaidId="e:E3-&gt;F#0" mermaidBaseStyle="curved=1;startArrow=none;endArrow=block;endSize=7;strokeColor=light-dark(#333333,#cccccc);exitX=0.5;exitY=1;entryX=1;entryY=0;" mermaidBaseValue="" id="AJNh5RUNK792FcJRrvuj-34">
          <mxCell edge="1" parent="AJNh5RUNK792FcJRrvuj-1" source="AJNh5RUNK792FcJRrvuj-10" style="curved=1;startArrow=none;endArrow=block;endSize=7;strokeColor=light-dark(#333333,#cccccc);exitX=0.5;exitY=1;entryX=1;entryY=0;rounded=0;" target="AJNh5RUNK792FcJRrvuj-11">
            <mxGeometry relative="1" as="geometry">
              <Array as="points">
                <mxPoint x="873" y="1159" />
              </Array>
            </mxGeometry>
          </mxCell>
        </UserObject>
        <UserObject label="" mermaidId="e:F-&gt;G#0" mermaidBaseStyle="curved=1;startArrow=none;endArrow=block;endSize=7;strokeColor=light-dark(#333333,#cccccc);exitX=0.5;exitY=1;entryX=0.5;entryY=0;" mermaidBaseValue="" id="AJNh5RUNK792FcJRrvuj-35">
          <mxCell edge="1" parent="AJNh5RUNK792FcJRrvuj-1" source="AJNh5RUNK792FcJRrvuj-11" style="curved=1;startArrow=none;endArrow=block;endSize=7;strokeColor=light-dark(#333333,#cccccc);exitX=0.5;exitY=1;entryX=0.5;entryY=0;rounded=0;" target="AJNh5RUNK792FcJRrvuj-12">
            <mxGeometry relative="1" as="geometry">
              <Array as="points" />
            </mxGeometry>
          </mxCell>
        </UserObject>
        <UserObject label="否" mermaidId="e:G-&gt;Y#0" mermaidBaseStyle="curved=1;startArrow=none;endArrow=block;endSize=7;strokeColor=light-dark(#333333,#cccccc);html=1;fontSize=16;labelBackgroundColor=light-dark(#E8E8E88D,#2a2a2a8D);fontFamily=Trebuchet MS,Verdana,Arial,sans-serif;fontColor=light-dark(#333333,#cccccc);exitX=0;exitY=0.71;entryX=0.5;entryY=0;" mermaidBaseValue="否" id="AJNh5RUNK792FcJRrvuj-36">
          <mxCell edge="1" parent="AJNh5RUNK792FcJRrvuj-1" source="AJNh5RUNK792FcJRrvuj-12" style="curved=1;startArrow=none;endArrow=block;endSize=7;strokeColor=light-dark(#333333,#cccccc);html=1;fontSize=16;labelBackgroundColor=light-dark(#E8E8E88D,#2a2a2a8D);fontFamily=Trebuchet MS,Verdana,Arial,sans-serif;fontColor=light-dark(#333333,#cccccc);exitX=0;exitY=0.71;entryX=0.5;entryY=0;rounded=0;" target="AJNh5RUNK792FcJRrvuj-13">
            <mxGeometry relative="1" as="geometry">
              <Array as="points">
                <mxPoint x="436" y="1487" />
              </Array>
            </mxGeometry>
          </mxCell>
        </UserObject>
        <UserObject label="是" mermaidId="e:G-&gt;H#0" mermaidBaseStyle="curved=1;startArrow=none;endArrow=block;endSize=7;strokeColor=light-dark(#333333,#cccccc);html=1;fontSize=16;labelBackgroundColor=light-dark(#E8E8E88D,#2a2a2a8D);fontFamily=Trebuchet MS,Verdana,Arial,sans-serif;fontColor=light-dark(#333333,#cccccc);exitX=0.5;exitY=1;entryX=0.5;entryY=0;" mermaidBaseValue="是" id="AJNh5RUNK792FcJRrvuj-37">
          <mxCell edge="1" parent="AJNh5RUNK792FcJRrvuj-1" source="AJNh5RUNK792FcJRrvuj-12" style="curved=1;startArrow=none;endArrow=block;endSize=7;strokeColor=light-dark(#333333,#cccccc);html=1;fontSize=16;labelBackgroundColor=light-dark(#E8E8E88D,#2a2a2a8D);fontFamily=Trebuchet MS,Verdana,Arial,sans-serif;fontColor=light-dark(#333333,#cccccc);exitX=0.5;exitY=1;entryX=0.5;entryY=0;rounded=0;" target="AJNh5RUNK792FcJRrvuj-14">
            <mxGeometry relative="1" as="geometry">
              <Array as="points" />
            </mxGeometry>
          </mxCell>
        </UserObject>
        <UserObject label="" mermaidId="e:H-&gt;I#0" mermaidBaseStyle="curved=1;startArrow=none;endArrow=block;endSize=7;strokeColor=light-dark(#333333,#cccccc);exitX=0.5;exitY=1;entryX=0.5;entryY=0;" mermaidBaseValue="" id="AJNh5RUNK792FcJRrvuj-38">
          <mxCell edge="1" parent="AJNh5RUNK792FcJRrvuj-1" source="AJNh5RUNK792FcJRrvuj-14" style="curved=1;startArrow=none;endArrow=block;endSize=7;strokeColor=light-dark(#333333,#cccccc);exitX=0.5;exitY=1;entryX=0.5;entryY=0;rounded=0;" target="AJNh5RUNK792FcJRrvuj-15">
            <mxGeometry relative="1" as="geometry">
              <Array as="points" />
            </mxGeometry>
          </mxCell>
        </UserObject>
        <UserObject label="" mermaidId="e:I-&gt;J#0" mermaidBaseStyle="curved=1;startArrow=none;endArrow=block;endSize=7;strokeColor=light-dark(#333333,#cccccc);exitX=0.5;exitY=1;entryX=0.5;entryY=0;" mermaidBaseValue="" id="AJNh5RUNK792FcJRrvuj-39">
          <mxCell edge="1" parent="AJNh5RUNK792FcJRrvuj-1" source="AJNh5RUNK792FcJRrvuj-15" style="curved=1;startArrow=none;endArrow=block;endSize=7;strokeColor=light-dark(#333333,#cccccc);exitX=0.5;exitY=1;entryX=0.5;entryY=0;rounded=0;" target="AJNh5RUNK792FcJRrvuj-16">
            <mxGeometry relative="1" as="geometry">
              <Array as="points" />
            </mxGeometry>
          </mxCell>
        </UserObject>
        <UserObject label="FlashPro" mermaidId="e:J-&gt;J1#0" mermaidBaseStyle="curved=1;startArrow=none;endArrow=block;endSize=7;strokeColor=light-dark(#333333,#cccccc);html=1;fontSize=16;labelBackgroundColor=light-dark(#E8E8E88D,#2a2a2a8D);fontFamily=Trebuchet MS,Verdana,Arial,sans-serif;fontColor=light-dark(#333333,#cccccc);exitX=0;exitY=0.95;entryX=0.5;entryY=0;" mermaidBaseValue="FlashPro" id="AJNh5RUNK792FcJRrvuj-40">
          <mxCell edge="1" parent="AJNh5RUNK792FcJRrvuj-1" source="AJNh5RUNK792FcJRrvuj-16" style="curved=1;startArrow=none;endArrow=block;endSize=7;strokeColor=light-dark(#333333,#cccccc);html=1;fontSize=16;labelBackgroundColor=light-dark(#E8E8E88D,#2a2a2a8D);fontFamily=Trebuchet MS,Verdana,Arial,sans-serif;fontColor=light-dark(#333333,#cccccc);exitX=0;exitY=0.95;entryX=0.5;entryY=0;rounded=0;" target="AJNh5RUNK792FcJRrvuj-17">
            <mxGeometry relative="1" as="geometry">
              <Array as="points">
                <mxPoint x="530" y="2079" />
              </Array>
            </mxGeometry>
          </mxCell>
        </UserObject>
        <UserObject label="Dediprog" mermaidId="e:J-&gt;J2#0" mermaidBaseStyle="curved=1;startArrow=none;endArrow=block;endSize=7;strokeColor=light-dark(#333333,#cccccc);html=1;fontSize=16;labelBackgroundColor=light-dark(#E8E8E88D,#2a2a2a8D);fontFamily=Trebuchet MS,Verdana,Arial,sans-serif;fontColor=light-dark(#333333,#cccccc);exitX=0.78;exitY=1;entryX=0.5;entryY=0;" mermaidBaseValue="Dediprog" id="AJNh5RUNK792FcJRrvuj-41">
          <mxCell edge="1" parent="AJNh5RUNK792FcJRrvuj-1" source="AJNh5RUNK792FcJRrvuj-16" style="curved=1;startArrow=none;endArrow=block;endSize=7;strokeColor=light-dark(#333333,#cccccc);html=1;fontSize=16;labelBackgroundColor=light-dark(#E8E8E88D,#2a2a2a8D);fontFamily=Trebuchet MS,Verdana,Arial,sans-serif;fontColor=light-dark(#333333,#cccccc);exitX=0.78;exitY=1;entryX=0.5;entryY=0;rounded=0;" target="AJNh5RUNK792FcJRrvuj-18">
            <mxGeometry relative="1" as="geometry">
              <Array as="points">
                <mxPoint x="783" y="2079" />
              </Array>
            </mxGeometry>
          </mxCell>
        </UserObject>
        <UserObject label="" mermaidId="e:J1-&gt;K#0" mermaidBaseStyle="curved=1;startArrow=none;endArrow=block;endSize=7;strokeColor=light-dark(#333333,#cccccc);exitX=0.5;exitY=1;entryX=0;entryY=0.02;" mermaidBaseValue="" id="AJNh5RUNK792FcJRrvuj-42">
          <mxCell edge="1" parent="AJNh5RUNK792FcJRrvuj-1" source="AJNh5RUNK792FcJRrvuj-17" style="curved=1;startArrow=none;endArrow=block;endSize=7;strokeColor=light-dark(#333333,#cccccc);exitX=0.5;exitY=1;entryX=0;entryY=0.02;rounded=0;" target="AJNh5RUNK792FcJRrvuj-19">
            <mxGeometry relative="1" as="geometry">
              <Array as="points">
                <mxPoint x="530" y="2231" />
              </Array>
            </mxGeometry>
          </mxCell>
        </UserObject>
        <UserObject label="" mermaidId="e:J2-&gt;K#0" mermaidBaseStyle="curved=1;startArrow=none;endArrow=block;endSize=7;strokeColor=light-dark(#333333,#cccccc);exitX=0.5;exitY=1;entryX=0.76;entryY=0;" mermaidBaseValue="" id="AJNh5RUNK792FcJRrvuj-43">
          <mxCell edge="1" parent="AJNh5RUNK792FcJRrvuj-1" source="AJNh5RUNK792FcJRrvuj-18" style="curved=1;startArrow=none;endArrow=block;endSize=7;strokeColor=light-dark(#333333,#cccccc);exitX=0.5;exitY=1;entryX=0.76;entryY=0;rounded=0;" target="AJNh5RUNK792FcJRrvuj-19">
            <mxGeometry relative="1" as="geometry">
              <Array as="points">
                <mxPoint x="783" y="2231" />
              </Array>
            </mxGeometry>
          </mxCell>
        </UserObject>
        <UserObject label="" mermaidId="e:K-&gt;L#0" mermaidBaseStyle="curved=1;startArrow=none;endArrow=block;endSize=7;strokeColor=light-dark(#333333,#cccccc);exitX=0.5;exitY=1;entryX=0.5;entryY=0;" mermaidBaseValue="" id="AJNh5RUNK792FcJRrvuj-44">
          <mxCell edge="1" parent="AJNh5RUNK792FcJRrvuj-1" source="AJNh5RUNK792FcJRrvuj-19" style="curved=1;startArrow=none;endArrow=block;endSize=7;strokeColor=light-dark(#333333,#cccccc);exitX=0.5;exitY=1;entryX=0.5;entryY=0;rounded=0;" target="AJNh5RUNK792FcJRrvuj-20">
            <mxGeometry relative="1" as="geometry">
              <Array as="points" />
            </mxGeometry>
          </mxCell>
        </UserObject>
        <UserObject label="" mermaidId="e:L-&gt;M#0" mermaidBaseStyle="curved=1;startArrow=none;endArrow=block;endSize=7;strokeColor=light-dark(#333333,#cccccc);exitX=0.5;exitY=1;entryX=0.5;entryY=0;" mermaidBaseValue="" id="AJNh5RUNK792FcJRrvuj-45">
          <mxCell edge="1" parent="AJNh5RUNK792FcJRrvuj-1" source="AJNh5RUNK792FcJRrvuj-20" style="curved=1;startArrow=none;endArrow=block;endSize=7;strokeColor=light-dark(#333333,#cccccc);exitX=0.5;exitY=1;entryX=0.5;entryY=0;rounded=0;" target="AJNh5RUNK792FcJRrvuj-21">
            <mxGeometry relative="1" as="geometry">
              <Array as="points" />
            </mxGeometry>
          </mxCell>
        </UserObject>
        <UserObject label="否" mermaidId="e:M-&gt;Z#0" mermaidBaseStyle="curved=1;startArrow=none;endArrow=block;endSize=7;strokeColor=light-dark(#333333,#cccccc);html=1;fontSize=16;labelBackgroundColor=light-dark(#E8E8E88D,#2a2a2a8D);fontFamily=Trebuchet MS,Verdana,Arial,sans-serif;fontColor=light-dark(#333333,#cccccc);exitX=0.09;exitY=1;entryX=0.5;entryY=0;" mermaidBaseValue="否" id="AJNh5RUNK792FcJRrvuj-46">
          <mxCell edge="1" parent="AJNh5RUNK792FcJRrvuj-1" source="AJNh5RUNK792FcJRrvuj-21" style="curved=1;startArrow=none;endArrow=block;endSize=7;strokeColor=light-dark(#333333,#cccccc);html=1;fontSize=16;labelBackgroundColor=light-dark(#E8E8E88D,#2a2a2a8D);fontFamily=Trebuchet MS,Verdana,Arial,sans-serif;fontColor=light-dark(#333333,#cccccc);exitX=0.09;exitY=1;entryX=0.5;entryY=0;rounded=0;" target="AJNh5RUNK792FcJRrvuj-22">
            <mxGeometry relative="1" as="geometry">
              <Array as="points">
                <mxPoint x="520" y="2878" />
              </Array>
            </mxGeometry>
          </mxCell>
        </UserObject>
        <UserObject label="是" mermaidId="e:M-&gt;N#0" mermaidBaseStyle="curved=1;startArrow=none;endArrow=block;endSize=7;strokeColor=light-dark(#333333,#cccccc);html=1;fontSize=16;labelBackgroundColor=light-dark(#E8E8E88D,#2a2a2a8D);fontFamily=Trebuchet MS,Verdana,Arial,sans-serif;fontColor=light-dark(#333333,#cccccc);exitX=0.72;exitY=1;entryX=0.5;entryY=0;" mermaidBaseValue="是" id="AJNh5RUNK792FcJRrvuj-47">
          <mxCell edge="1" parent="AJNh5RUNK792FcJRrvuj-1" source="AJNh5RUNK792FcJRrvuj-21" style="curved=1;startArrow=none;endArrow=block;endSize=7;strokeColor=light-dark(#333333,#cccccc);html=1;fontSize=16;labelBackgroundColor=light-dark(#E8E8E88D,#2a2a2a8D);fontFamily=Trebuchet MS,Verdana,Arial,sans-serif;fontColor=light-dark(#333333,#cccccc);exitX=0.72;exitY=1;entryX=0.5;entryY=0;rounded=0;" target="AJNh5RUNK792FcJRrvuj-23">
            <mxGeometry relative="1" as="geometry">
              <Array as="points">
                <mxPoint x="793" y="2878" />
              </Array>
            </mxGeometry>
          </mxCell>
        </UserObject>
        <mxCell id="AJNh5RUNK792FcJRrvuj-48" parent="AJNh5RUNK792FcJRrvuj-1" style="text;html=1;whiteSpace=wrap;strokeColor=none;fillColor=#FF0080;align=center;verticalAlign=middle;rounded=0;" value="diag cmd" vertex="1">
          <mxGeometry height="30" width="60" x="99.5" y="1160" as="geometry" />
        </mxCell>
      </root>
    </mxGraphModel>
  </diagram>
</mxfile>
